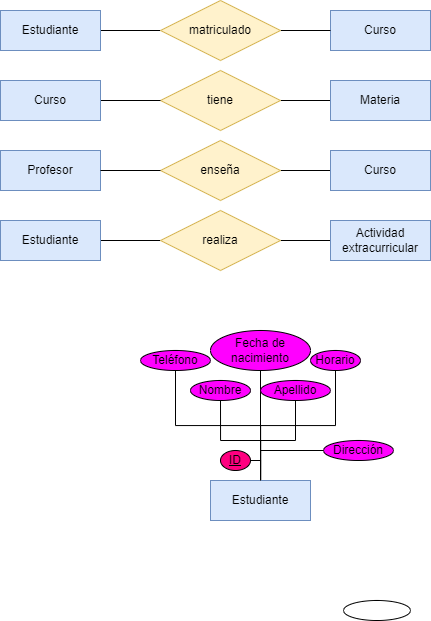
Before: Unidad-1/Tareas/Tarea_Entregable-1/Diagrama Tarea Entregable 1.drawio.png, a diagram exported from draw.io (RafaelMayor/base-datos). Source tidied: cells renumbered, new cells last; positions are measured from the earlier drawing's top-left corner, leaving out a move shared by most shapes.
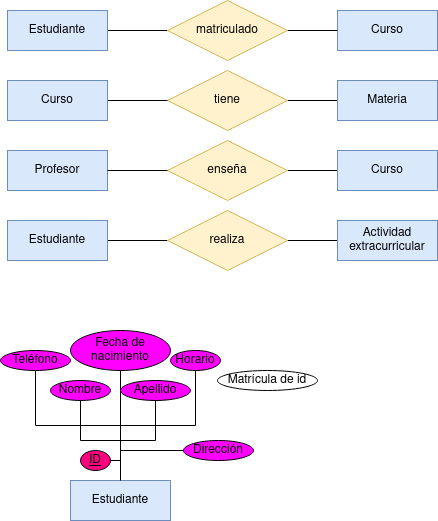
The same diagram one commit later.

Diff of the diagram source:
```diff
@@ -81,34 +81,34 @@
       <mxGeometry relative="1" as="geometry" />
     </mxCell>
     <mxCell id="28" value="Estudiante" style="whiteSpace=wrap;html=1;align=center;fillColor=#dae8fc;strokeColor=#6c8ebf;" parent="1" vertex="1">
-      <mxGeometry x="210" y="480" width="100" height="40" as="geometry" />
+      <mxGeometry x="63" y="480" width="100" height="40" as="geometry" />
     </mxCell>
     <mxCell id="29" value="Nombre" style="ellipse;whiteSpace=wrap;html=1;align=center;fillColor=#FF00FF;" parent="1" vertex="1">
-      <mxGeometry x="190" y="380" width="60" height="20" as="geometry" />
+      <mxGeometry x="43" y="380" width="60" height="20" as="geometry" />
     </mxCell>
     <mxCell id="30" value="ID" style="ellipse;whiteSpace=wrap;html=1;align=center;fontStyle=4;fillColor=#FF0080;" parent="1" vertex="1">
-      <mxGeometry x="220" y="450" width="30" height="20" as="geometry" />
+      <mxGeometry x="73" y="450" width="30" height="20" as="geometry" />
     </mxCell>
-    <mxCell id="31" style="ellipse;whiteSpace=wrap;html=1;align=center;" parent="1" vertex="1">
-      <mxGeometry x="343" y="600" width="67" height="20" as="geometry" />
+    <mxCell id="31" value="Matrícula de id" style="ellipse;whiteSpace=wrap;html=1;align=center;" parent="1" vertex="1">
+      <mxGeometry x="210" y="370" width="100" height="20" as="geometry" />
     </mxCell>
     <mxCell id="32" style="edgeStyle=orthogonalEdgeStyle;rounded=0;jettySize=auto;html=1;entryX=0.5;entryY=0;entryDx=0;entryDy=0;endArrow=none;endFill=0;" parent="1" edge="1" source="33" target="28">
       <mxGeometry relative="1" as="geometry" />
     </mxCell>
     <mxCell id="33" value="Dirección" style="ellipse;whiteSpace=wrap;html=1;align=center;fillColor=#FF00FF;" parent="1" vertex="1">
-      <mxGeometry x="323" y="440" width="70" height="20" as="geometry" />
+      <mxGeometry x="176" y="440" width="70" height="20" as="geometry" />
     </mxCell>
     <mxCell id="34" value="Fecha de nacimiento" style="ellipse;whiteSpace=wrap;html=1;align=center;fillColor=#FF00FF;" parent="1" vertex="1">
-      <mxGeometry x="210" y="330" width="100" height="40" as="geometry" />
+      <mxGeometry x="63" y="330" width="100" height="40" as="geometry" />
     </mxCell>
     <mxCell id="35" value="Apellido" style="ellipse;whiteSpace=wrap;html=1;align=center;fillColor=#FF00FF;" parent="1" vertex="1">
-      <mxGeometry x="260" y="380" width="70" height="20" as="geometry" />
+      <mxGeometry x="113" y="380" width="70" height="20" as="geometry" />
     </mxCell>
     <mxCell id="36" value="Teléfono" style="ellipse;whiteSpace=wrap;html=1;align=center;fillColor=#FF00FF;" parent="1" vertex="1">
-      <mxGeometry x="140" y="350" width="70" height="20" as="geometry" />
+      <mxGeometry x="-7" y="350" width="70" height="20" as="geometry" />
     </mxCell>
     <mxCell id="37" value="Horario" style="ellipse;whiteSpace=wrap;html=1;align=center;fillColor=#FF00FF;" parent="1" vertex="1">
-      <mxGeometry x="310" y="350" width="50" height="20" as="geometry" />
+      <mxGeometry x="163" y="350" width="50" height="20" as="geometry" />
     </mxCell>
   </root>
 </mxGraphModel>
```
